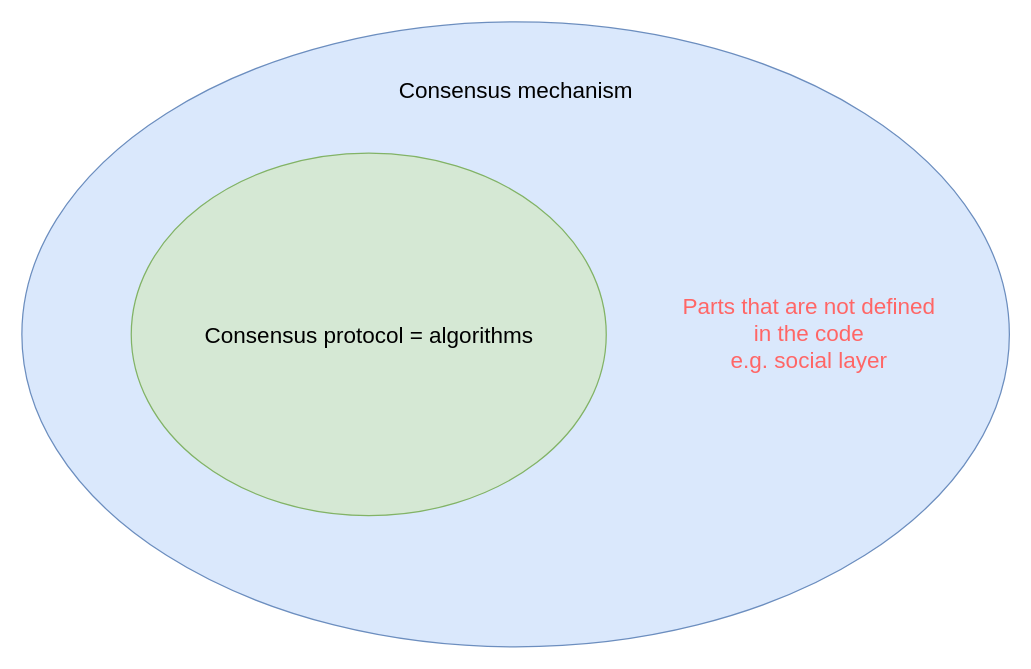
0xyicheng/a-research-diagram keeps this draw.io diagram as ethereum-research/consensus/protocol mechanism/protocol vs mechanism.drawio. Above is the earlier version. Source tidied: cells renumbered, new cells numbered last; positions are measured from the earlier drawing's top-left corner, leaving out a move shared by most shapes. Both pictures are drawn from the tidied source at 125%, with x=0, y=0 at pixel (21, 21).
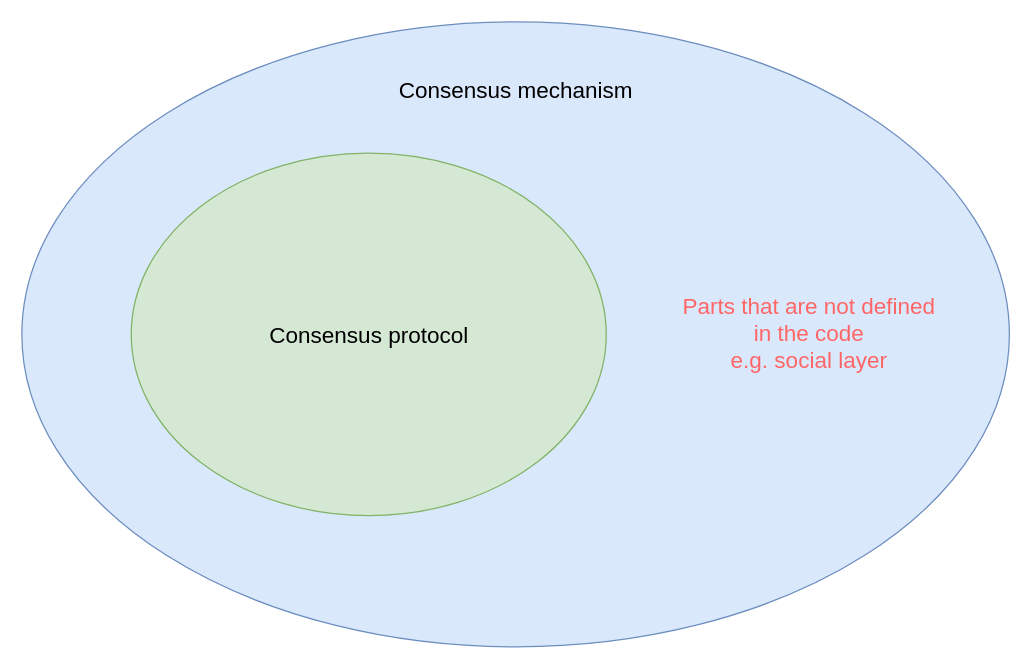
The same diagram, later.

Diff of the diagram source:
```diff
@@
 <mxGraphModel>
   <root>
     <mxCell id="0" />
     <mxCell id="1" parent="0" />
     <mxCell id="2" style="ellipse;whiteSpace=wrap;html=1;fillColor=#dae8fc;strokeColor=#6c8ebf;" parent="1" vertex="1">
       <mxGeometry width="790" height="500" as="geometry" />
     </mxCell>
     <mxCell id="3" style="ellipse;whiteSpace=wrap;html=1;fillColor=#d5e8d4;strokeColor=#82b366;" parent="1" vertex="1">
       <mxGeometry x="87.5" y="105" width="380" height="290" as="geometry" />
     </mxCell>
-    <mxCell id="4" value="&lt;span style=&quot;font-size: 18px;&quot;&gt;Consensus protocol = algorithms&lt;/span&gt;" style="text;html=1;strokeColor=none;fillColor=none;align=center;verticalAlign=middle;whiteSpace=wrap;rounded=0;" parent="1" vertex="1">
+    <mxCell id="4" value="&lt;span style=&quot;font-size: 18px; user-select: auto;&quot;&gt;Consensus protocol&lt;/span&gt;" style="text;html=1;strokeColor=none;fillColor=none;align=center;verticalAlign=middle;whiteSpace=wrap;rounded=0;" parent="1" vertex="1">
       <mxGeometry x="137.5" y="250" width="280" as="geometry" />
     </mxCell>
     <mxCell id="5" value="Consensus mechanism" style="text;html=1;strokeColor=none;fillColor=none;align=center;verticalAlign=middle;whiteSpace=wrap;rounded=0;fontSize=18;" parent="1" vertex="1">
       <mxGeometry x="287.5" y="40" width="215" height="30" as="geometry" />
     </mxCell>
     <mxCell id="6" value="Parts that are not defined in the code&lt;br&gt;e.g. social layer" style="text;html=1;strokeColor=none;fillColor=none;align=center;verticalAlign=middle;whiteSpace=wrap;rounded=0;fontSize=18;fontColor=#FF6666;" parent="1" vertex="1">
       <mxGeometry x="520" y="230" width="220" height="40" as="geometry" />
     </mxCell>
   </root>
 </mxGraphModel>
```
